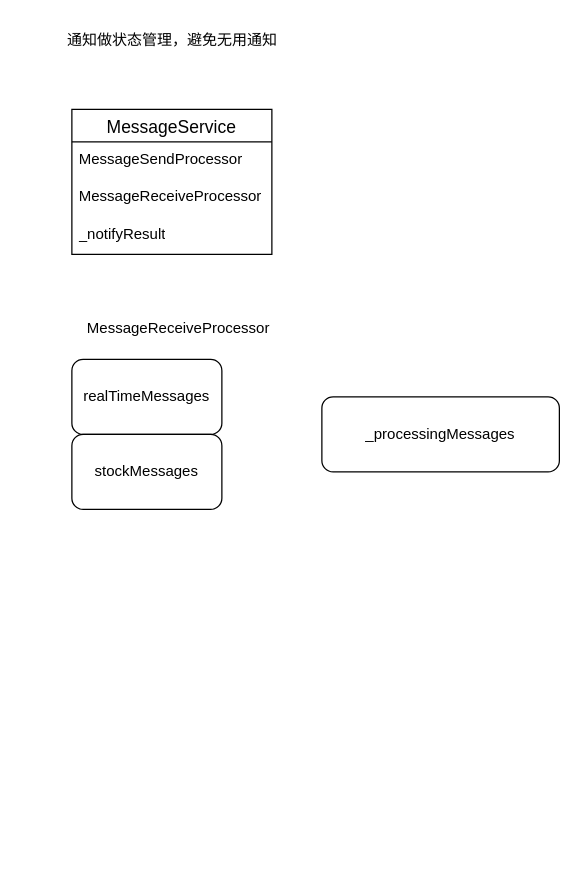
Jonty1997/personal_sources keeps this draw.io diagram as draw/塔影/需求/messageservice重构.drawio. Above is the earlier version. Source tidied: cells renumbered, new cells numbered last; positions are measured from the earlier drawing's top-left corner, leaving out a move shared by most shapes. Both pictures are drawn from the tidied source at 125%, with x=0, y=0 at pixel (52, 21).
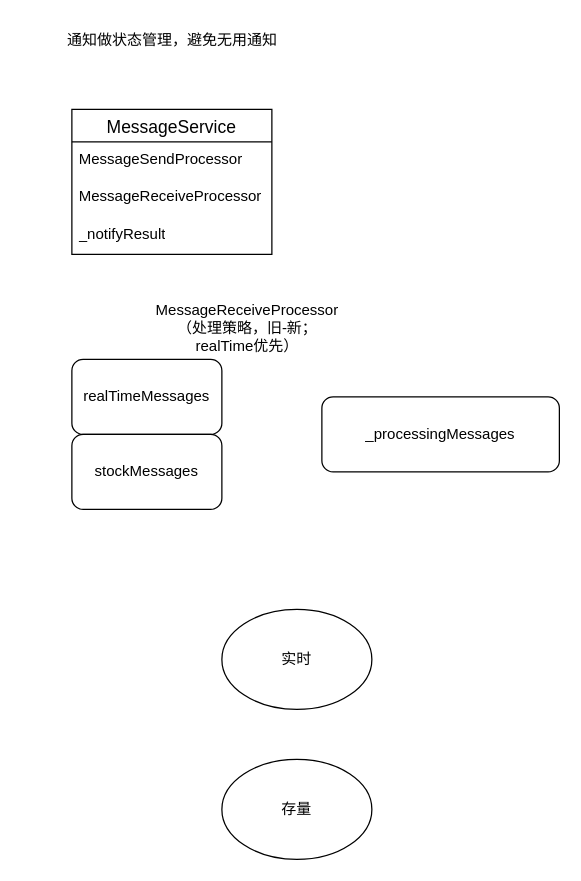
The same page after the edit.

What changed in the source:
```diff
@@
 <mxGraphModel>
   <root>
     <mxCell id="0" />
     <mxCell id="1" parent="0" />
     <mxCell id="2" value="MessageService" style="swimlane;fontStyle=0;horizontal=1;startSize=26;align=center;fontSize=14;" parent="1" vertex="1">
       <mxGeometry x="15" y="70" width="160" height="116" as="geometry" />
     </mxCell>
     <mxCell id="3" value="MessageSendProcessor" style="text;strokeColor=none;fillColor=none;spacingLeft=4;spacingRight=4;overflow=hidden;fontSize=12;whiteSpace=wrap;html=1;" parent="2" vertex="1">
       <mxGeometry y="26" width="160" height="30" as="geometry" />
     </mxCell>
     <mxCell id="4" value="MessageReceiveProcessor" style="text;strokeColor=none;fillColor=none;spacingLeft=4;spacingRight=4;overflow=hidden;fontSize=12;whiteSpace=wrap;html=1;" parent="2" vertex="1">
       <mxGeometry y="56" width="160" height="30" as="geometry" />
     </mxCell>
     <mxCell id="5" value="_notifyResult" style="text;strokeColor=none;fillColor=none;spacingLeft=4;spacingRight=4;overflow=hidden;fontSize=12;whiteSpace=wrap;html=1;" parent="2" vertex="1">
       <mxGeometry y="86" width="160" height="30" as="geometry" />
     </mxCell>
     <mxCell id="6" value="通知做状态管理，避免无用通知" style="text;html=1;align=center;verticalAlign=middle;strokeColor=none;fillColor=none;" parent="1" vertex="1">
       <mxGeometry width="190" height="30" as="geometry" />
     </mxCell>
-    <mxCell id="7" value="&lt;span style=&quot;text-align: left; text-wrap-mode: wrap;&quot;&gt;MessageReceiveProcessor&lt;/span&gt;" style="text;html=1;align=center;verticalAlign=middle;strokeColor=none;fillColor=none;" parent="1" vertex="1">
-      <mxGeometry x="15" y="230" width="170" height="30" as="geometry" />
+    <mxCell id="7" value="&lt;span style=&quot;text-align: left; text-wrap-mode: wrap;&quot;&gt;MessageReceiveProcessor（处理策略，旧-新；realTime优先&lt;/span&gt;&lt;span style=&quot;background-color: transparent; color: light-dark(rgb(0, 0, 0), rgb(255, 255, 255)); text-align: left; text-wrap-mode: wrap;&quot;&gt;）&lt;/span&gt;" style="text;html=1;align=center;verticalAlign=middle;strokeColor=none;fillColor=none;" parent="1" vertex="1">
+      <mxGeometry x="-25" y="230" width="360" height="30" as="geometry" />
     </mxCell>
     <mxCell id="8" value="realTimeMessages" style="rounded=1;whiteSpace=wrap;html=1;" parent="1" vertex="1">
       <mxGeometry x="15" y="270" width="120" height="60" as="geometry" />
     </mxCell>
     <mxCell id="9" value="stockMessages" style="rounded=1;whiteSpace=wrap;html=1;" parent="1" vertex="1">
       <mxGeometry x="15" y="330" width="120" height="60" as="geometry" />
     </mxCell>
     <mxCell id="10" value="_processingMessages" style="rounded=1;whiteSpace=wrap;html=1;" parent="1" vertex="1">
       <mxGeometry x="215" y="300" width="190" height="60" as="geometry" />
     </mxCell>
+    <mxCell id="11" value="实时" style="ellipse;whiteSpace=wrap;html=1;" parent="1" vertex="1">
+      <mxGeometry x="135" y="470" width="120" height="80" as="geometry" />
+    </mxCell>
+    <mxCell id="12" value="存量" style="ellipse;whiteSpace=wrap;html=1;" parent="1" vertex="1">
+      <mxGeometry x="135" y="590" width="120" height="80" as="geometry" />
+    </mxCell>
   </root>
 </mxGraphModel>
```
